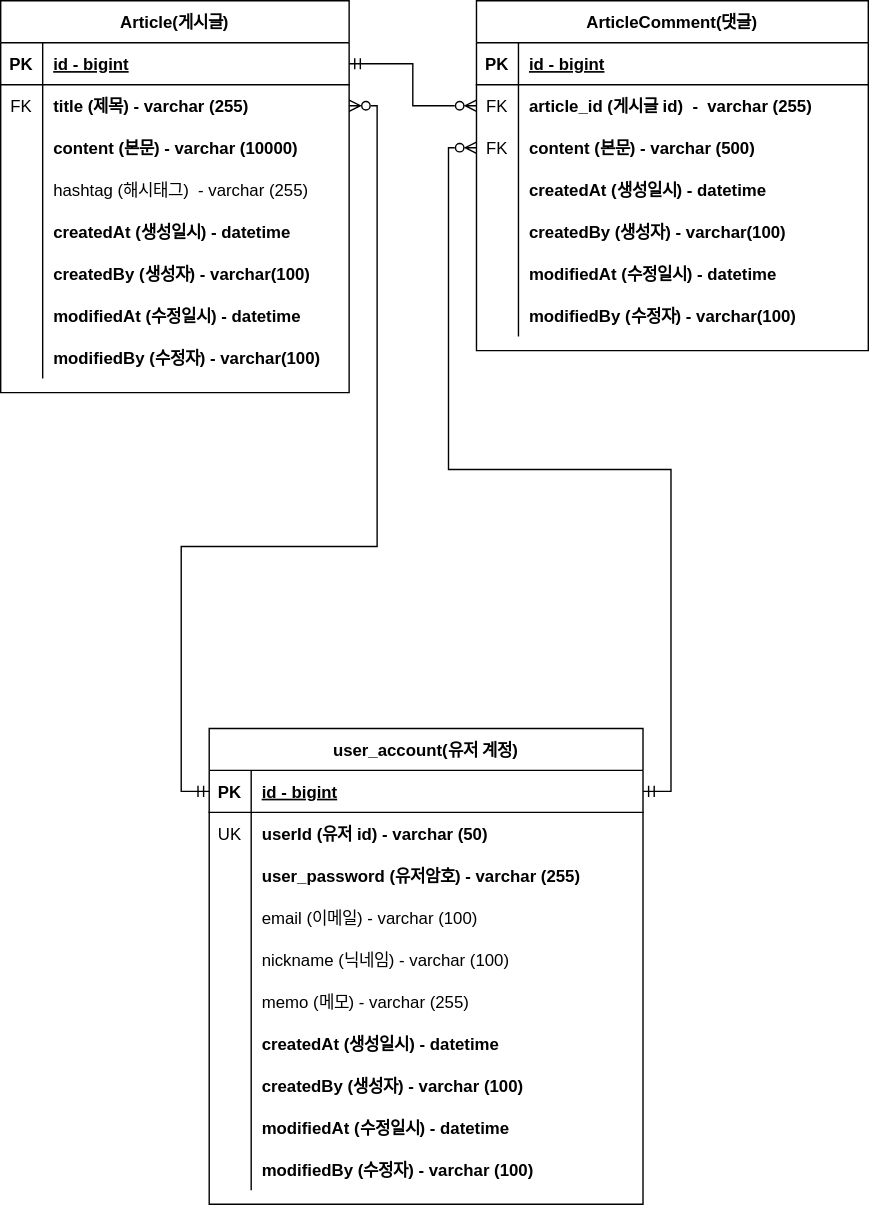
Above: document/project-board-erd.svg in jyc-coder/bulletin-board (draw.io), before the change. Source tidied: cells renumbered, new cells last; positions are measured from the earlier drawing's top-left corner, leaving out a move shared by most shapes.
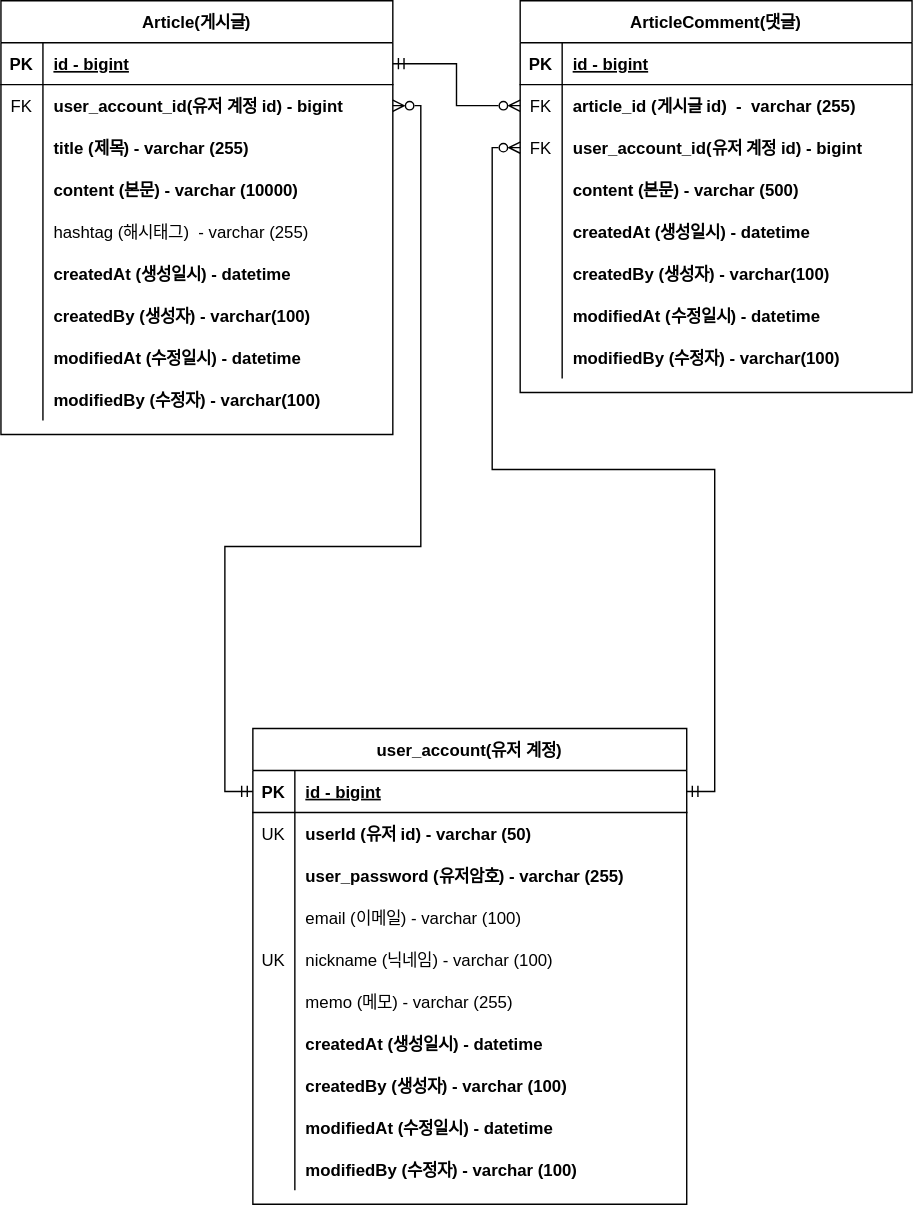
After the commit.

Commit message:
#34 - 회원계정 도메인의 이메일에 유니크 키 추가.  게시글,댓글에 유저 계정 필드 추가

The edit, as a diff of the source:
```diff
@@ -3,7 +3,7 @@
     <mxCell id="0" />
     <mxCell id="1" parent="0" />
     <mxCell id="2" value="ArticleComment(댓글)" style="shape=table;startSize=30;rowLines=0;fontStyle=1;align=center;" parent="1" vertex="1">
-      <mxGeometry x="340" width="280" height="250" as="geometry" />
+      <mxGeometry x="340" width="280" height="280" as="geometry" />
     </mxCell>
     <mxCell id="3" style="shape=tableRow;horizontal=0;startSize=0;swimlaneHead=0;swimlaneBody=0;fillColor=none;top=0;left=0;right=0;bottom=1;" parent="2" vertex="1">
       <mxGeometry y="30" width="280" height="30" as="geometry" />
@@ -23,17 +23,26 @@
     <mxCell id="8" value="article_id (게시글 id)  -  varchar (255)" style="shape=partialRectangle;fillColor=none;top=0;left=0;bottom=0;right=0;align=left;spacingLeft=6;overflow=hidden;fontStyle=1;" parent="6" vertex="1">
       <mxGeometry x="30" width="250" height="30" as="geometry" />
     </mxCell>
+    <mxCell id="88" style="shape=tableRow;horizontal=0;startSize=0;swimlaneHead=0;swimlaneBody=0;fillColor=none;points=[[0,0.5],[1,0.5]];portConstraint=eastwest;top=0;left=0;right=0;bottom=0;" parent="2" vertex="1">
+      <mxGeometry y="90" width="280" height="30" as="geometry" />
+    </mxCell>
+    <mxCell id="89" value="FK" style="shape=partialRectangle;fillColor=none;top=0;left=0;bottom=0;right=0;overflow=hidden;" parent="88" vertex="1">
+      <mxGeometry width="30" height="30" as="geometry" />
+    </mxCell>
+    <mxCell id="90" value="user_account_id(유저 계정 id) - bigint" style="shape=partialRectangle;fillColor=none;top=0;left=0;bottom=0;right=0;align=left;spacingLeft=6;overflow=hidden;fontStyle=1;" parent="88" vertex="1">
+      <mxGeometry x="30" width="250" height="30" as="geometry" />
+    </mxCell>
     <mxCell id="9" style="shape=tableRow;horizontal=0;startSize=0;swimlaneHead=0;swimlaneBody=0;fillColor=none;points=[[0,0.5],[1,0.5]];portConstraint=eastwest;top=0;left=0;right=0;bottom=0;" parent="2" vertex="1">
-      <mxGeometry y="90" width="280" height="30" as="geometry" />
+      <mxGeometry y="120" width="280" height="30" as="geometry" />
     </mxCell>
-    <mxCell id="10" value="FK" style="shape=partialRectangle;fillColor=none;top=0;left=0;bottom=0;right=0;overflow=hidden;" parent="9" vertex="1">
+    <mxCell id="10" style="shape=partialRectangle;fillColor=none;top=0;left=0;bottom=0;right=0;overflow=hidden;" parent="9" vertex="1">
       <mxGeometry width="30" height="30" as="geometry" />
     </mxCell>
     <mxCell id="11" value="content (본문) - varchar (500)" style="shape=partialRectangle;fillColor=none;top=0;left=0;bottom=0;right=0;align=left;spacingLeft=6;overflow=hidden;fontStyle=1;" parent="9" vertex="1">
       <mxGeometry x="30" width="250" height="30" as="geometry" />
     </mxCell>
     <mxCell id="12" style="shape=tableRow;horizontal=0;startSize=0;swimlaneHead=0;swimlaneBody=0;fillColor=none;top=0;left=0;right=0;bottom=0;" parent="2" vertex="1">
-      <mxGeometry y="120" width="280" height="30" as="geometry" />
+      <mxGeometry y="150" width="280" height="30" as="geometry" />
     </mxCell>
     <mxCell id="13" style="shape=partialRectangle;fillColor=none;top=0;left=0;bottom=0;right=0;overflow=hidden;" parent="12" vertex="1">
       <mxGeometry width="30" height="30" as="geometry" />
@@ -42,7 +51,7 @@
       <mxGeometry x="30" width="250" height="30" as="geometry" />
     </mxCell>
     <mxCell id="15" style="shape=tableRow;horizontal=0;startSize=0;swimlaneHead=0;swimlaneBody=0;fillColor=none;top=0;left=0;right=0;bottom=0;" parent="2" vertex="1">
-      <mxGeometry y="150" width="280" height="30" as="geometry" />
+      <mxGeometry y="180" width="280" height="30" as="geometry" />
     </mxCell>
     <mxCell id="16" style="shape=partialRectangle;fillColor=none;top=0;left=0;bottom=0;right=0;overflow=hidden;" parent="15" vertex="1">
       <mxGeometry width="30" height="30" as="geometry" />
@@ -51,7 +60,7 @@
       <mxGeometry x="30" width="250" height="30" as="geometry" />
     </mxCell>
     <mxCell id="18" style="shape=tableRow;horizontal=0;startSize=0;swimlaneHead=0;swimlaneBody=0;fillColor=none;top=0;left=0;right=0;bottom=0;" parent="2" vertex="1">
-      <mxGeometry y="180" width="280" height="30" as="geometry" />
+      <mxGeometry y="210" width="280" height="30" as="geometry" />
     </mxCell>
     <mxCell id="19" style="shape=partialRectangle;fillColor=none;top=0;left=0;bottom=0;right=0;overflow=hidden;" parent="18" vertex="1">
       <mxGeometry width="30" height="30" as="geometry" />
@@ -60,7 +69,7 @@
       <mxGeometry x="30" width="250" height="30" as="geometry" />
     </mxCell>
     <mxCell id="21" style="shape=tableRow;horizontal=0;startSize=0;swimlaneHead=0;swimlaneBody=0;fillColor=none;top=0;left=0;right=0;bottom=0;" parent="2" vertex="1">
-      <mxGeometry y="210" width="280" height="30" as="geometry" />
+      <mxGeometry y="240" width="280" height="30" as="geometry" />
     </mxCell>
     <mxCell id="22" style="shape=partialRectangle;fillColor=none;top=0;left=0;bottom=0;right=0;overflow=hidden;" parent="21" vertex="1">
       <mxGeometry width="30" height="30" as="geometry" />
@@ -69,79 +78,88 @@
       <mxGeometry x="30" width="250" height="30" as="geometry" />
     </mxCell>
     <mxCell id="24" value="Article(게시글)" style="shape=table;startSize=30;rowLines=0;fontStyle=1;align=center;" parent="1" vertex="1">
-      <mxGeometry width="249" height="280" as="geometry" />
+      <mxGeometry x="-31" width="280" height="310" as="geometry" />
     </mxCell>
     <mxCell id="25" style="shape=tableRow;horizontal=0;startSize=0;swimlaneHead=0;swimlaneBody=0;fillColor=none;points=[[0,0.5],[1,0.5]];portConstraint=eastwest;top=0;left=0;right=0;bottom=1;" parent="24" vertex="1">
-      <mxGeometry y="30" width="249" height="30" as="geometry" />
+      <mxGeometry y="30" width="280" height="30" as="geometry" />
     </mxCell>
     <mxCell id="26" value="PK" style="shape=partialRectangle;fillColor=none;top=0;left=0;bottom=0;right=0;fontStyle=1;overflow=hidden;" parent="25" vertex="1">
       <mxGeometry width="30" height="30" as="geometry" />
     </mxCell>
     <mxCell id="27" value="id - bigint" style="shape=partialRectangle;fillColor=none;top=0;left=0;bottom=0;right=0;align=left;spacingLeft=6;fontStyle=5;overflow=hidden;" parent="25" vertex="1">
-      <mxGeometry x="30" width="219" height="30" as="geometry" />
+      <mxGeometry x="30" width="250" height="30" as="geometry" />
     </mxCell>
     <mxCell id="28" style="shape=tableRow;horizontal=0;startSize=0;swimlaneHead=0;swimlaneBody=0;fillColor=none;points=[[0,0.5],[1,0.5]];portConstraint=eastwest;top=0;left=0;right=0;bottom=0;" parent="24" vertex="1">
-      <mxGeometry y="60" width="249" height="30" as="geometry" />
+      <mxGeometry y="60" width="280" height="30" as="geometry" />
     </mxCell>
     <mxCell id="29" value="FK" style="shape=partialRectangle;fillColor=none;top=0;left=0;bottom=0;right=0;overflow=hidden;" parent="28" vertex="1">
       <mxGeometry width="30" height="30" as="geometry" />
     </mxCell>
-    <mxCell id="30" value="title (제목) - varchar (255)" style="shape=partialRectangle;fillColor=none;top=0;left=0;bottom=0;right=0;align=left;spacingLeft=6;overflow=hidden;fontStyle=1;" parent="28" vertex="1">
-      <mxGeometry x="30" width="219" height="30" as="geometry" />
+    <mxCell id="30" value="user_account_id(유저 계정 id) - bigint" style="shape=partialRectangle;fillColor=none;top=0;left=0;bottom=0;right=0;align=left;spacingLeft=6;overflow=hidden;fontStyle=1;" parent="28" vertex="1">
+      <mxGeometry x="30" width="250" height="30" as="geometry" />
     </mxCell>
+    <mxCell id="91" style="shape=tableRow;horizontal=0;startSize=0;swimlaneHead=0;swimlaneBody=0;fillColor=none;top=0;left=0;right=0;bottom=0;" parent="24" vertex="1">
+      <mxGeometry y="90" width="280" height="30" as="geometry" />
+    </mxCell>
+    <mxCell id="92" style="shape=partialRectangle;fillColor=none;top=0;left=0;bottom=0;right=0;overflow=hidden;" parent="91" vertex="1">
+      <mxGeometry width="30" height="30" as="geometry" />
+    </mxCell>
+    <mxCell id="93" value="title (제목) - varchar (255)" style="shape=partialRectangle;fillColor=none;top=0;left=0;bottom=0;right=0;align=left;spacingLeft=6;overflow=hidden;fontStyle=1;" parent="91" vertex="1">
+      <mxGeometry x="30" width="250" height="30" as="geometry" />
+    </mxCell>
     <mxCell id="31" style="shape=tableRow;horizontal=0;startSize=0;swimlaneHead=0;swimlaneBody=0;fillColor=none;top=0;left=0;right=0;bottom=0;" parent="24" vertex="1">
-      <mxGeometry y="90" width="249" height="30" as="geometry" />
+      <mxGeometry y="120" width="280" height="30" as="geometry" />
     </mxCell>
     <mxCell id="32" style="shape=partialRectangle;fillColor=none;top=0;left=0;bottom=0;right=0;overflow=hidden;" parent="31" vertex="1">
       <mxGeometry width="30" height="30" as="geometry" />
     </mxCell>
     <mxCell id="33" value="content (본문) - varchar (10000)" style="shape=partialRectangle;fillColor=none;top=0;left=0;bottom=0;right=0;align=left;spacingLeft=6;overflow=hidden;fontStyle=1;" parent="31" vertex="1">
-      <mxGeometry x="30" width="219" height="30" as="geometry" />
+      <mxGeometry x="30" width="250" height="30" as="geometry" />
     </mxCell>
     <mxCell id="34" style="shape=tableRow;horizontal=0;startSize=0;swimlaneHead=0;swimlaneBody=0;fillColor=none;top=0;left=0;right=0;bottom=0;" parent="24" vertex="1">
-      <mxGeometry y="120" width="249" height="30" as="geometry" />
+      <mxGeometry y="150" width="280" height="30" as="geometry" />
     </mxCell>
     <mxCell id="35" style="shape=partialRectangle;fillColor=none;top=0;left=0;bottom=0;right=0;overflow=hidden;" parent="34" vertex="1">
       <mxGeometry width="30" height="30" as="geometry" />
     </mxCell>
     <mxCell id="36" value="hashtag (해시태그)  - varchar (255)" style="shape=partialRectangle;fillColor=none;top=0;left=0;bottom=0;right=0;align=left;spacingLeft=6;overflow=hidden;" parent="34" vertex="1">
-      <mxGeometry x="30" width="219" height="30" as="geometry" />
+      <mxGeometry x="30" width="250" height="30" as="geometry" />
     </mxCell>
     <mxCell id="37" style="shape=tableRow;horizontal=0;startSize=0;swimlaneHead=0;swimlaneBody=0;fillColor=none;top=0;left=0;right=0;bottom=0;" parent="24" vertex="1">
-      <mxGeometry y="150" width="249" height="30" as="geometry" />
+      <mxGeometry y="180" width="280" height="30" as="geometry" />
     </mxCell>
     <mxCell id="38" style="shape=partialRectangle;fillColor=none;top=0;left=0;bottom=0;right=0;overflow=hidden;" parent="37" vertex="1">
       <mxGeometry width="30" height="30" as="geometry" />
     </mxCell>
     <mxCell id="39" value="createdAt (생성일시) - datetime" style="shape=partialRectangle;fillColor=none;top=0;left=0;bottom=0;right=0;align=left;spacingLeft=6;overflow=hidden;fontStyle=1;" parent="37" vertex="1">
-      <mxGeometry x="30" width="219" height="30" as="geometry" />
+      <mxGeometry x="30" width="250" height="30" as="geometry" />
     </mxCell>
     <mxCell id="40" style="shape=tableRow;horizontal=0;startSize=0;swimlaneHead=0;swimlaneBody=0;fillColor=none;top=0;left=0;right=0;bottom=0;" parent="24" vertex="1">
-      <mxGeometry y="180" width="249" height="30" as="geometry" />
+      <mxGeometry y="210" width="280" height="30" as="geometry" />
     </mxCell>
     <mxCell id="41" style="shape=partialRectangle;fillColor=none;top=0;left=0;bottom=0;right=0;overflow=hidden;" parent="40" vertex="1">
       <mxGeometry width="30" height="30" as="geometry" />
     </mxCell>
     <mxCell id="42" value="createdBy (생성자) - varchar(100)" style="shape=partialRectangle;fillColor=none;top=0;left=0;bottom=0;right=0;align=left;spacingLeft=6;overflow=hidden;fontStyle=1;" parent="40" vertex="1">
-      <mxGeometry x="30" width="219" height="30" as="geometry" />
+      <mxGeometry x="30" width="250" height="30" as="geometry" />
     </mxCell>
     <mxCell id="43" style="shape=tableRow;horizontal=0;startSize=0;swimlaneHead=0;swimlaneBody=0;fillColor=none;top=0;left=0;right=0;bottom=0;" parent="24" vertex="1">
-      <mxGeometry y="210" width="249" height="30" as="geometry" />
+      <mxGeometry y="240" width="280" height="30" as="geometry" />
     </mxCell>
     <mxCell id="44" style="shape=partialRectangle;fillColor=none;top=0;left=0;bottom=0;right=0;overflow=hidden;" parent="43" vertex="1">
       <mxGeometry width="30" height="30" as="geometry" />
     </mxCell>
     <mxCell id="45" value="modifiedAt (수정일시) - datetime" style="shape=partialRectangle;fillColor=none;top=0;left=0;bottom=0;right=0;align=left;spacingLeft=6;overflow=hidden;fontStyle=1;" parent="43" vertex="1">
-      <mxGeometry x="30" width="219" height="30" as="geometry" />
+      <mxGeometry x="30" width="250" height="30" as="geometry" />
     </mxCell>
     <mxCell id="46" style="shape=tableRow;horizontal=0;startSize=0;swimlaneHead=0;swimlaneBody=0;fillColor=none;top=0;left=0;right=0;bottom=0;" parent="24" vertex="1">
-      <mxGeometry y="240" width="249" height="30" as="geometry" />
+      <mxGeometry y="270" width="280" height="30" as="geometry" />
     </mxCell>
     <mxCell id="47" style="shape=partialRectangle;fillColor=none;top=0;left=0;bottom=0;right=0;overflow=hidden;" parent="46" vertex="1">
       <mxGeometry width="30" height="30" as="geometry" />
     </mxCell>
     <mxCell id="48" value="modifiedBy (수정자) - varchar(100)" style="shape=partialRectangle;fillColor=none;top=0;left=0;bottom=0;right=0;align=left;spacingLeft=6;overflow=hidden;fontStyle=1;" parent="46" vertex="1">
-      <mxGeometry x="30" width="219" height="30" as="geometry" />
+      <mxGeometry x="30" width="250" height="30" as="geometry" />
     </mxCell>
     <mxCell id="49" style="shape=tableRow;horizontal=0;startSize=0;swimlaneHead=0;swimlaneBody=0;fillColor=none;top=0;left=0;right=0;bottom=0;" parent="1" vertex="1">
       <mxGeometry x="9" y="565" width="180" height="30" as="geometry" />
@@ -200,7 +218,7 @@
     <mxCell id="67" style="shape=tableRow;horizontal=0;startSize=0;swimlaneHead=0;swimlaneBody=0;fillColor=none;top=0;left=0;right=0;bottom=0;shadow=0;strokeColor=#000000;" parent="54" vertex="1">
       <mxGeometry y="150" width="310" height="30" as="geometry" />
     </mxCell>
-    <mxCell id="68" style="shape=partialRectangle;fillColor=none;top=0;left=0;bottom=0;right=0;overflow=hidden;shadow=0;strokeColor=#000000;" parent="67" vertex="1">
+    <mxCell id="68" value="UK" style="shape=partialRectangle;fillColor=none;top=0;left=0;bottom=0;right=0;overflow=hidden;shadow=0;strokeColor=#000000;" parent="67" vertex="1">
       <mxGeometry width="30" height="30" as="geometry" />
     </mxCell>
     <mxCell id="69" value="nickname (닉네임) - varchar (100)" style="shape=partialRectangle;fillColor=none;top=0;left=0;bottom=0;right=0;align=left;spacingLeft=6;overflow=hidden;shadow=0;strokeColor=#000000;" parent="67" vertex="1">
@@ -264,7 +282,7 @@
     <mxCell id="86" style="edgeStyle=orthogonalEdgeStyle;rounded=0;jumpStyle=none;jettySize=auto;html=1;exitX=1;exitY=0.5;exitDx=0;exitDy=0;entryX=0;entryY=0.5;entryDx=0;entryDy=0;startArrow=ERmandOne;startFill=0;endArrow=ERzeroToMany;endFill=0;" parent="1" edge="1" source="25" target="6">
       <mxGeometry relative="1" as="geometry" />
     </mxCell>
-    <mxCell id="87" style="edgeStyle=orthogonalEdgeStyle;rounded=0;jumpStyle=none;jettySize=auto;html=1;exitX=1;exitY=0.5;exitDx=0;exitDy=0;entryX=0;entryY=0.5;entryDx=0;entryDy=0;startArrow=ERmandOne;startFill=0;endArrow=ERzeroToMany;endFill=0;" parent="1" edge="1" source="55" target="9">
+    <mxCell id="87" style="edgeStyle=orthogonalEdgeStyle;rounded=0;jumpStyle=none;jettySize=auto;html=1;exitX=1;exitY=0.5;exitDx=0;exitDy=0;startArrow=ERmandOne;startFill=0;endArrow=ERzeroToMany;endFill=0;entryX=0;entryY=0.5;entryDx=0;entryDy=0;" parent="1" edge="1" source="55" target="88">
       <mxGeometry relative="1" as="geometry" />
     </mxCell>
   </root>
```
